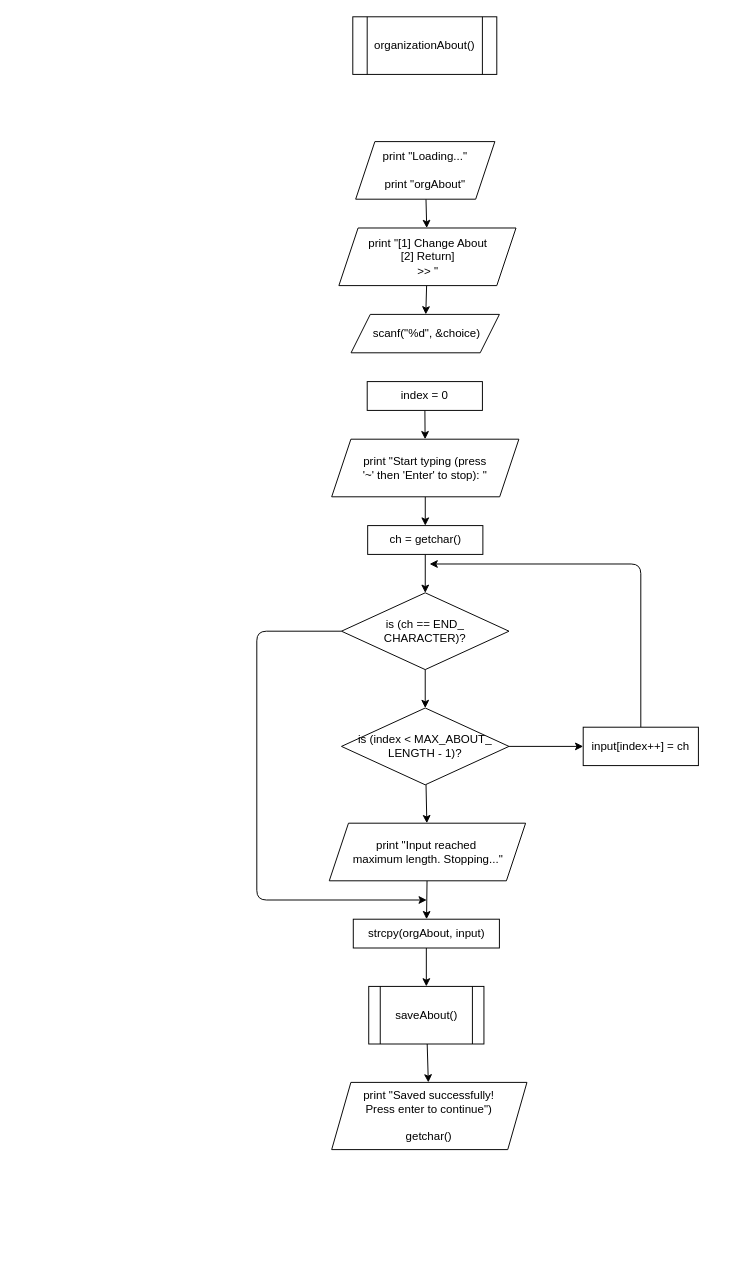
The draw.io diagram page "Org About" (7 of 9) of Orgranization Management/functions_flowchart.drawio in gelooooo-git/CMSC-18-Final-Project, before the edit. Source tidied: cells renumbered, new cells numbered last; positions are measured from the earlier drawing's top-left corner, leaving out a move shared by most shapes. Both pictures are drawn from the tidied source at 96%, with x=0, y=0 at pixel (256, 16).
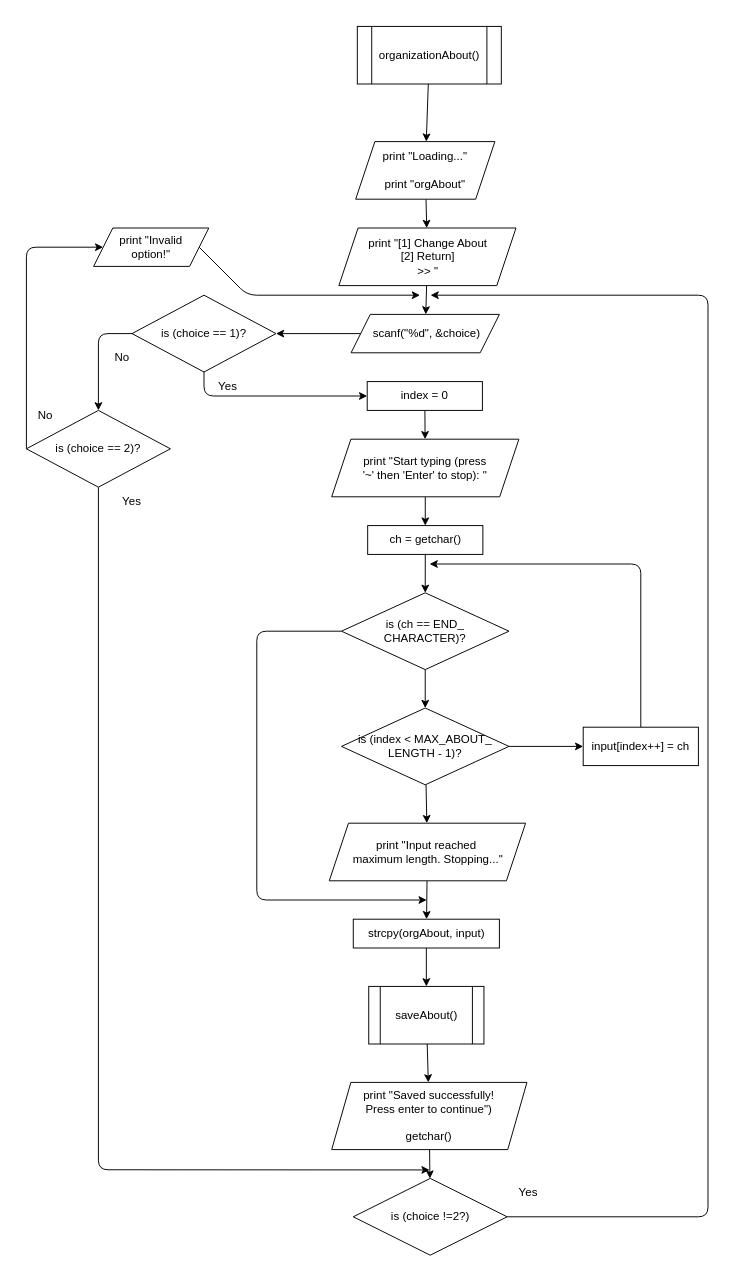
Above is the later version.

The change refers to these unchanged cells:
```xml
<mxCell id="4" value="print &quot;Loading...&quot;&lt;br&gt;&lt;br&gt;print &quot;orgAbout&quot;" style="shape=parallelogram;perimeter=parallelogramPerimeter;whiteSpace=wrap;html=1;fixedSize=1;" parent="1" vertex="1">
  <mxGeometry x="103" y="130" width="145" height="60" as="geometry" />
</mxCell>
<mxCell id="7" value="&lt;p&gt;&amp;nbsp;scanf(&quot;%d&quot;, &amp;amp;choice)&lt;/p&gt;" style="shape=parallelogram;perimeter=parallelogramPerimeter;whiteSpace=wrap;html=1;fixedSize=1;" parent="1" vertex="1">
  <mxGeometry x="98.2" y="310" width="154.5" height="40" as="geometry" />
</mxCell>
<mxCell id="9" value="index = 0" style="whiteSpace=wrap;html=1;" parent="1" vertex="1">
  <mxGeometry x="115" y="380" width="120" height="30" as="geometry" />
</mxCell>
<mxCell id="28" value="&lt;span style=&quot;&quot; class=&quot;x3jgonx&quot;&gt;print &quot;Saved successfully!&lt;/span&gt;&lt;br&gt;&lt;span style=&quot;&quot; class=&quot;x3jgonx&quot;&gt;Press enter to continue&quot;)&lt;br&gt;&lt;br&gt;getchar()&lt;br&gt;&lt;/span&gt;" style="shape=parallelogram;perimeter=parallelogramPerimeter;whiteSpace=wrap;html=1;fixedSize=1;" parent="1" vertex="1">
  <mxGeometry x="78" y="1110" width="203.4" height="70" as="geometry" />
</mxCell>
```

The edit, as a diff of the source:
```diff
@@
+    <mxCell id="29" style="edgeStyle=none;html=1;" parent="1" edge="1" source="2" target="4">
+      <mxGeometry relative="1" as="geometry" />
+    </mxCell>
     <mxCell id="2" value="organizationAbout()" style="shape=process;whiteSpace=wrap;html=1;backgroundOutline=1;" parent="1" vertex="1">
-      <mxGeometry x="100" width="150" height="60" as="geometry" />
+      <mxGeometry x="104.7" y="10" width="150" height="60" as="geometry" />
     </mxCell>
@@
+    <mxCell id="30" style="edgeStyle=none;html=1;" parent="1" edge="1" source="7" target="34">
+      <mxGeometry relative="1" as="geometry" />
+    </mxCell>
@@
+    <mxCell id="31" style="edgeStyle=none;html=1;" parent="1" edge="1" source="28" target="45">
+      <mxGeometry relative="1" as="geometry" />
+    </mxCell>
@@
+    <mxCell id="32" style="edgeStyle=none;html=1;exitX=0.5;exitY=1;exitDx=0;exitDy=0;entryX=0;entryY=0.5;entryDx=0;entryDy=0;" parent="1" edge="1" source="34" target="9">
+      <mxGeometry relative="1" as="geometry">
+        <Array as="points">
+          <mxPoint x="-55" y="395" />
+        </Array>
+      </mxGeometry>
+    </mxCell>
+    <mxCell id="33" style="edgeStyle=none;html=1;exitX=0;exitY=0.5;exitDx=0;exitDy=0;entryX=0.5;entryY=0;entryDx=0;entryDy=0;" parent="1" edge="1" source="34" target="37">
+      <mxGeometry relative="1" as="geometry">
+        <Array as="points">
+          <mxPoint x="-165" y="330" />
+        </Array>
+      </mxGeometry>
+    </mxCell>
+    <mxCell id="34" value="is (choice == 1)?" style="rhombus;whiteSpace=wrap;html=1;" parent="1" vertex="1">
+      <mxGeometry x="-130" y="290" width="150" height="80" as="geometry" />
+    </mxCell>
+    <mxCell id="35" style="edgeStyle=none;html=1;exitX=0;exitY=0.5;exitDx=0;exitDy=0;entryX=0;entryY=0.5;entryDx=0;entryDy=0;" parent="1" edge="1" source="37" target="39">
+      <mxGeometry relative="1" as="geometry">
+        <Array as="points">
+          <mxPoint x="-240" y="240" />
+        </Array>
+      </mxGeometry>
+    </mxCell>
+    <mxCell id="36" style="edgeStyle=none;html=1;exitX=0.5;exitY=1;exitDx=0;exitDy=0;" parent="1" edge="1" source="37">
+      <mxGeometry relative="1" as="geometry">
+        <mxPoint x="180" y="1201.2" as="targetPoint" />
+        <Array as="points">
+          <mxPoint x="-165" y="1201" />
+        </Array>
+      </mxGeometry>
+    </mxCell>
+    <mxCell id="37" value="is (choice == 2)?" style="rhombus;whiteSpace=wrap;html=1;" parent="1" vertex="1">
+      <mxGeometry x="-240" y="410" width="150" height="80" as="geometry" />
+    </mxCell>
+    <mxCell id="38" style="edgeStyle=none;html=1;exitX=1;exitY=0.5;exitDx=0;exitDy=0;" parent="1" edge="1" source="39">
+      <mxGeometry relative="1" as="geometry">
+        <mxPoint x="170" y="290" as="targetPoint" />
+        <Array as="points">
+          <mxPoint x="-10" y="290" />
+        </Array>
+      </mxGeometry>
+    </mxCell>
+    <mxCell id="39" value="print &quot;Invalid&lt;br&gt;option!&quot;" style="shape=parallelogram;perimeter=parallelogramPerimeter;whiteSpace=wrap;html=1;fixedSize=1;" parent="1" vertex="1">
+      <mxGeometry x="-170" y="220" width="120" height="40" as="geometry" />
+    </mxCell>
+    <mxCell id="40" value="Yes" style="text;html=1;strokeColor=none;fillColor=none;align=center;verticalAlign=middle;whiteSpace=wrap;rounded=0;" parent="1" vertex="1">
+      <mxGeometry x="-60" y="370" width="60" height="30" as="geometry" />
+    </mxCell>
+    <mxCell id="41" value="Yes" style="text;html=1;strokeColor=none;fillColor=none;align=center;verticalAlign=middle;whiteSpace=wrap;rounded=0;" parent="1" vertex="1">
+      <mxGeometry x="-160" y="490" width="60" height="30" as="geometry" />
+    </mxCell>
+    <mxCell id="42" value="No" style="text;html=1;strokeColor=none;fillColor=none;align=center;verticalAlign=middle;whiteSpace=wrap;rounded=0;" parent="1" vertex="1">
+      <mxGeometry x="-250" y="400" width="60" height="30" as="geometry" />
+    </mxCell>
+    <mxCell id="43" value="No" style="text;html=1;strokeColor=none;fillColor=none;align=center;verticalAlign=middle;whiteSpace=wrap;rounded=0;" parent="1" vertex="1">
+      <mxGeometry x="-170" y="340" width="60" height="30" as="geometry" />
+    </mxCell>
+    <mxCell id="44" style="edgeStyle=none;html=1;exitX=1;exitY=0.5;exitDx=0;exitDy=0;" parent="1" edge="1" source="45">
+      <mxGeometry relative="1" as="geometry">
+        <mxPoint x="181" y="290" as="targetPoint" />
+        <Array as="points">
+          <mxPoint x="470" y="1250" />
+          <mxPoint x="470" y="290" />
+        </Array>
+      </mxGeometry>
+    </mxCell>
+    <mxCell id="45" value="is (choice !=2?)" style="rhombus;whiteSpace=wrap;html=1;" parent="1" vertex="1">
+      <mxGeometry x="100.5" y="1210" width="160.3" height="80" as="geometry" />
+    </mxCell>
+    <mxCell id="46" value="Yes" style="text;html=1;strokeColor=none;fillColor=none;align=center;verticalAlign=middle;whiteSpace=wrap;rounded=0;" parent="1" vertex="1">
+      <mxGeometry x="253" y="1210" width="60" height="30" as="geometry" />
+    </mxCell>
```
